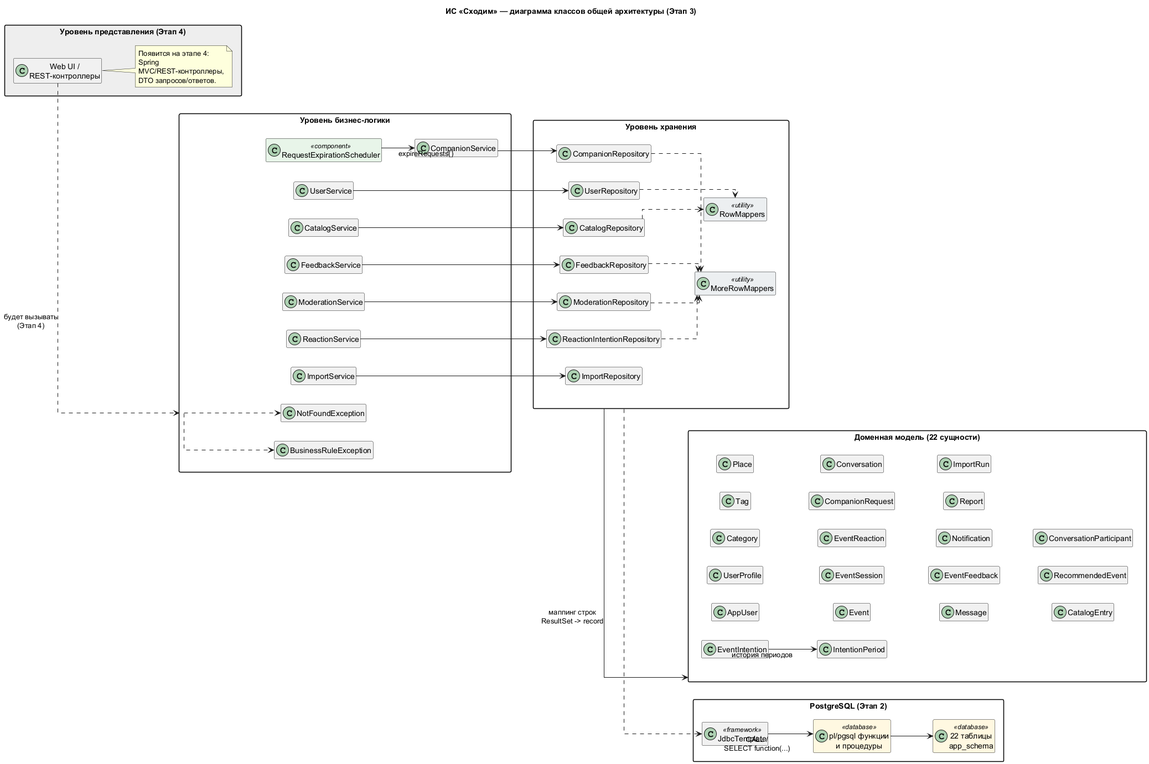
Before: docs/architecture.png, a diagram exported from PlantUML (byTheTV/skhodim).
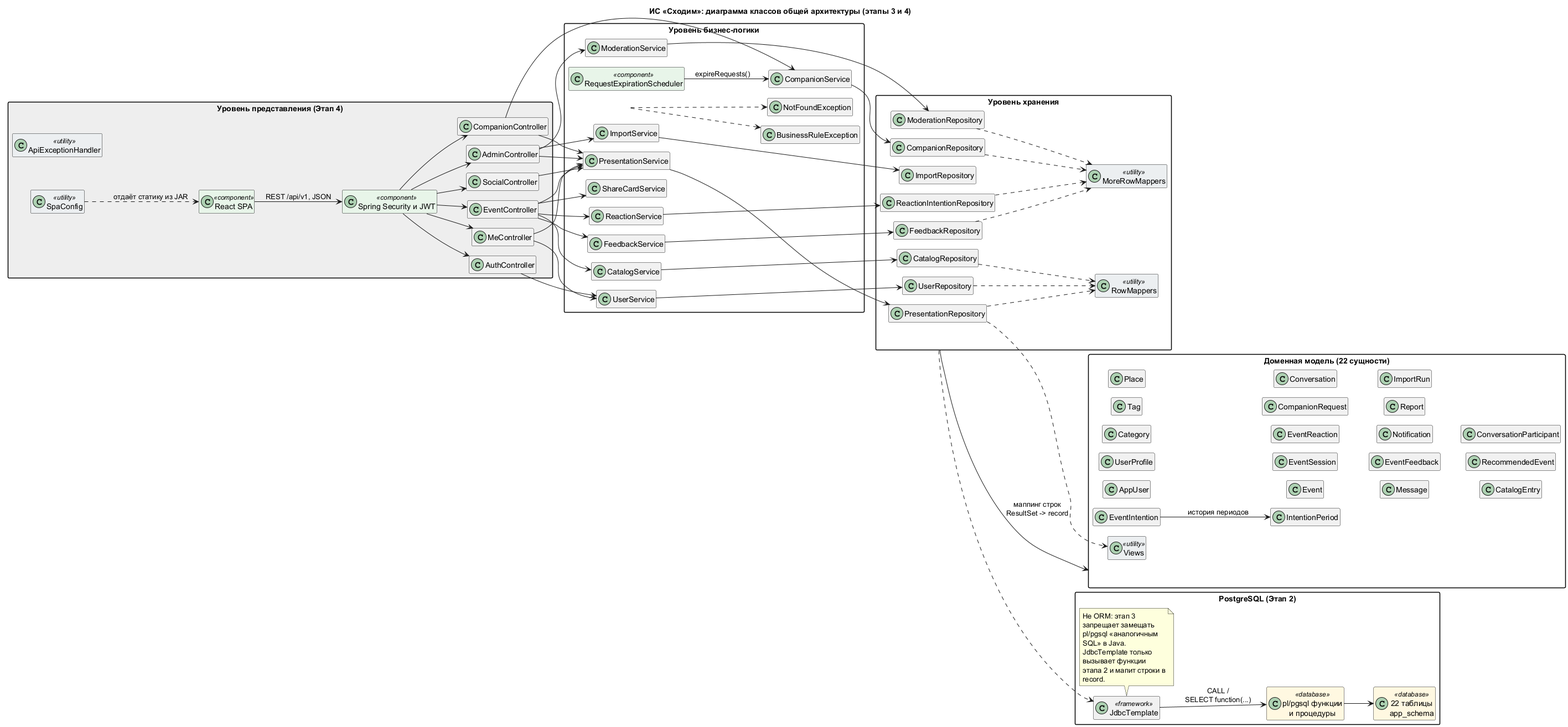
After the commit.

Diff of the diagram source:
```diff
@@ -1,6 +1,6 @@
 @startuml architecture
-title ИС «Сходим» — диаграмма классов общей архитектуры (Этап 3)
-skinparam linetype ortho
+title ИС «Сходим»: диаграмма классов общей архитектуры (этапы 3 и 4)
+!pragma layout smetana
 skinparam packageStyle rectangle
 skinparam wrapWidth 160
 skinparam class {
@@ -12,12 +12,16 @@
 left to right direction
 
 package "Уровень представления (Этап 4)" as presentation #EEEEEE {
-  class "Web UI / REST-контроллеры" as UiStub
-  note right of UiStub
-    Появится на этапе 4:
-    Spring MVC/REST-контроллеры,
-    DTO запросов/ответов.
-  end note
+  class "React SPA" as Spa <<component>>
+  class AuthController
+  class EventController
+  class MeController
+  class CompanionController
+  class SocialController
+  class AdminController
+  class ApiExceptionHandler <<utility>>
+  class SpaConfig <<utility>>
+  class "Spring Security и JWT" as Security <<component>>
 }
 
 package "Уровень бизнес-логики" as business {
@@ -28,6 +32,8 @@
   class FeedbackService
   class ModerationService
   class ImportService
+  class PresentationService
+  class ShareCardService
   class RequestExpirationScheduler <<component>>
   class BusinessRuleException
   class NotFoundException
@@ -41,6 +47,7 @@
   class FeedbackRepository
   class ModerationRepository
   class ImportRepository
+  class PresentationRepository
   class RowMappers <<utility>>
   class MoreRowMappers <<utility>>
 }
@@ -66,15 +73,43 @@
   class CatalogEntry
   class RecommendedEvent
   class ConversationParticipant
+  class Views <<utility>>
 }
 
 package "PostgreSQL (Этап 2)" as db {
   class "JdbcTemplate" as Jdbc <<framework>>
   class "pl/pgsql функции\nи процедуры" as Functions <<database>>
   class "22 таблицы\napp_schema" as Tables <<database>>
+  note bottom of Jdbc
+    Не ORM: этап 3 запрещает замещать
+    pl/pgsql «аналогичным SQL» в Java.
+    JdbcTemplate только вызывает функции
+    этапа 2 и мапит строки в record.
+  end note
 }
 
-UiStub ..> business : будет вызывать\n(Этап 4)
+Spa --> Security : REST /api/v1, JSON
+Security --> AuthController
+Security --> EventController
+Security --> MeController
+Security --> CompanionController
+Security --> SocialController
+Security --> AdminController
+SpaConfig ..> Spa : отдаёт статику из JAR
+AuthController --> UserService
+EventController --> CatalogService
+EventController --> ReactionService
+EventController --> FeedbackService
+EventController --> ShareCardService
+EventController --> PresentationService
+MeController --> UserService
+MeController --> PresentationService
+CompanionController --> CompanionService
+CompanionController --> PresentationService
+SocialController --> PresentationService
+AdminController --> ImportService
+AdminController --> ModerationService
+AdminController --> PresentationService
 
 UserService --> UserRepository
 CatalogService --> CatalogRepository
@@ -83,6 +118,7 @@
 FeedbackService --> FeedbackRepository
 ModerationService --> ModerationRepository
 ImportService --> ImportRepository
+PresentationService --> PresentationRepository
 RequestExpirationScheduler --> CompanionService : expireRequests()
 
 business ..> BusinessRuleException
@@ -98,6 +134,8 @@
 CompanionRepository ..> MoreRowMappers
 FeedbackRepository ..> MoreRowMappers
 ModerationRepository ..> MoreRowMappers
+PresentationRepository ..> RowMappers
+PresentationRepository ..> Views
 
 storage --> domain : маппинг строк\nResultSet -> record
 
```
